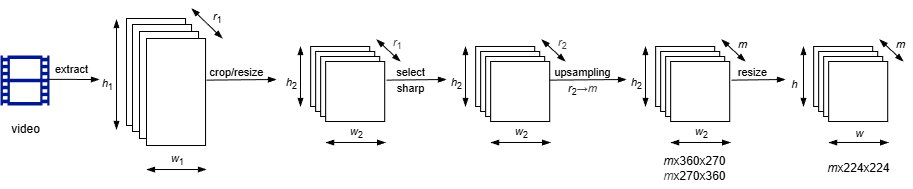
Earlier version of the draw.io export img/framer.drawio.png (romangorbunov91/TBDLGR). Source tidied: cells renumbered, new cells last; positions are measured from the earlier drawing's top-left corner, leaving out a move shared by most shapes.
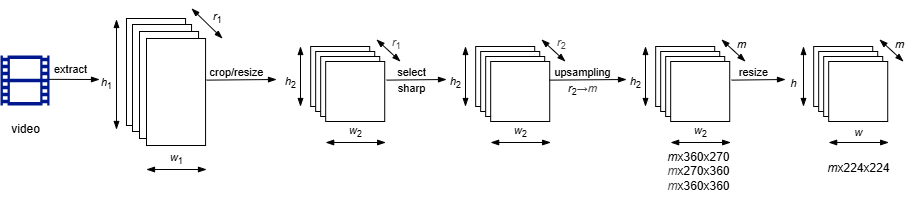
After the change.

Commit message:
Обновлена диаграмма framer.

Diff of the diagram source:
```diff
@@ -300,8 +300,8 @@
     <mxCell id="66" value="&lt;i&gt;m&lt;/i&gt;x224x224" style="text;html=1;align=center;verticalAlign=middle;strokeColor=none;fillColor=none;" parent="1" vertex="1">
       <mxGeometry x="812.7" y="145" width="90" height="30" as="geometry" />
     </mxCell>
-    <mxCell id="67" value="&lt;i&gt;m&lt;/i&gt;x360x270&lt;br&gt;&lt;div&gt;&lt;span style=&quot;color: rgb(0, 0, 0);&quot;&gt;&lt;i style=&quot;background-color: transparent; color: rgb(63, 63, 63); scrollbar-color: rgb(226, 226, 226) rgb(251, 251, 251);&quot;&gt;m&lt;/i&gt;x270x360&lt;/span&gt;&lt;/div&gt;" style="text;html=1;align=center;verticalAlign=middle;strokeColor=none;fillColor=none;" parent="1" vertex="1">
-      <mxGeometry x="649" y="140" width="90" height="40" as="geometry" />
+    <mxCell id="67" value="&lt;i&gt;m&lt;/i&gt;x360x270&lt;br&gt;&lt;div&gt;&lt;span style=&quot;color: rgb(0, 0, 0);&quot;&gt;&lt;i style=&quot;background-color: transparent; color: rgb(63, 63, 63); scrollbar-color: rgb(226, 226, 226) rgb(251, 251, 251);&quot;&gt;m&lt;/i&gt;x270x360&lt;/span&gt;&lt;/div&gt;&lt;div&gt;&lt;span style=&quot;color: rgb(0, 0, 0);&quot;&gt;&lt;i style=&quot;scrollbar-color: rgb(226, 226, 226) rgb(251, 251, 251); background-color: transparent; color: rgb(63, 63, 63);&quot;&gt;m&lt;/i&gt;&lt;span style=&quot;color: rgb(0, 0, 0);&quot;&gt;x360x360&lt;/span&gt;&lt;/span&gt;&lt;/div&gt;" style="text;html=1;align=center;verticalAlign=middle;strokeColor=none;fillColor=none;" parent="1" vertex="1">
+      <mxGeometry x="653" y="133" width="90" height="60" as="geometry" />
     </mxCell>
   </root>
 </mxGraphModel>
```
